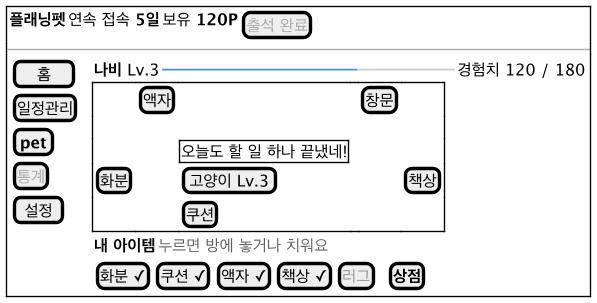
Before: docs/diagrams/ui-pet.png, a diagram exported from PlantUML (2026-2-software-system-design-11/planning-pet-app).
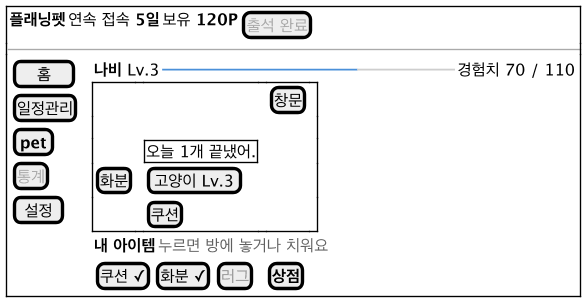
After the change.

The edit, as a diff of the source:
```diff
@@ -12,16 +12,16 @@
       [ 설정 ]
     } | . |
     {
-      { <b>나비</b> Lv.3 | <color:#4A90D9>━━━━━━━━━━━━</color><color:#CCCCCC>━━━━━━</color> | 경험치 120 / 180 }
+      { <b>나비</b> Lv.3 | <color:#4A90D9>━━━━━━━━━━━━</color><color:#CCCCCC>━━━━━━</color> | 경험치 70 / 110 }
       {+
-        .  | [액자] | . | . | [창문] | .
+        .  | . | . | . | [창문] | .
         .  | . | . | . | . | .
-        .  | . | {+ 오늘도 할 일 하나 끝냈네! } | . | . | .
-        [화분] | . | [고양이 Lv.3] | . | . | [책상]
+        .  | . | {+ 오늘 1개 끝냈어. } | . | . | .
+        [화분] | . | [고양이 Lv.3] | . | . | .
         .  | . | [쿠션] | . | . | .
       }
       { <b>내 아이템</b> | <color:#666666>누르면 방에 놓거나 치워요</color> }
-      { [화분 ✓] | [쿠션 ✓] | [액자 ✓] | [책상 ✓] | [<color:#999999>러그</color>] | . | [<b>상점</b>] }
+      { [쿠션 ✓] | [화분 ✓] | [<color:#999999>러그</color>] | . | [<b>상점</b>] }
     }
   }
 }
```
